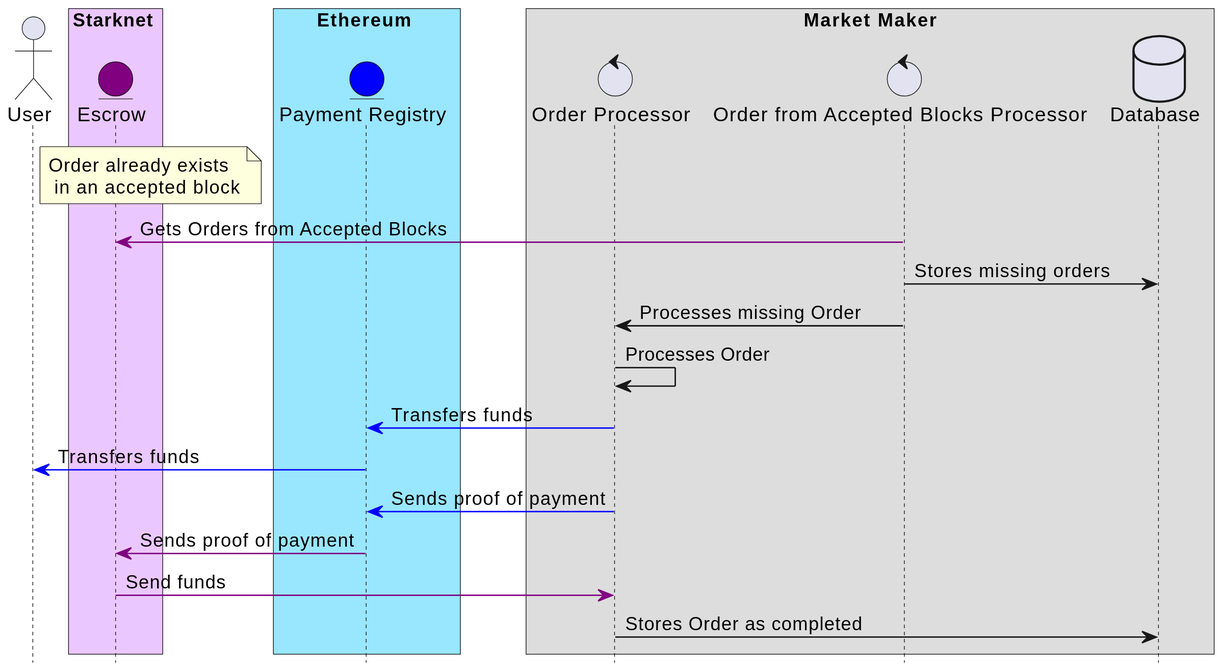
The PlantUML diagram docs/mm_bot/images/accepted_blocks.svg in yetanotherco/yet-another-bridge, before a commit.
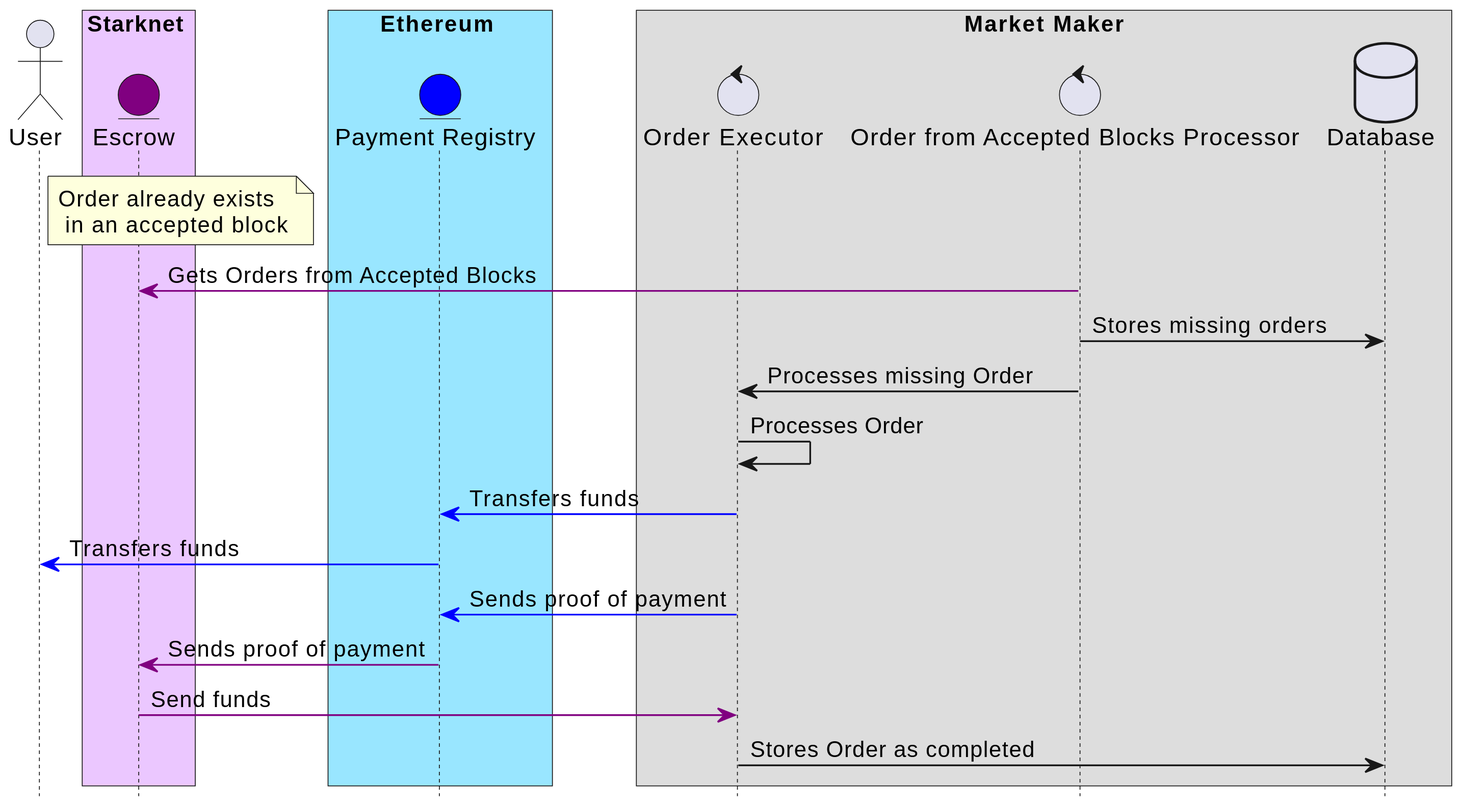
The same diagram one commit later.

Change to the diagram source:
```diff
@@ -8,7 +8,7 @@
 entity "Payment Registry" as PR #blue
 end box
 box "Market Maker"
-control "Order Processor" as OP
+control "Order Executor" as OP
 control "Order from Accepted Blocks Processor" as ABP
 database Database
 end box
```
